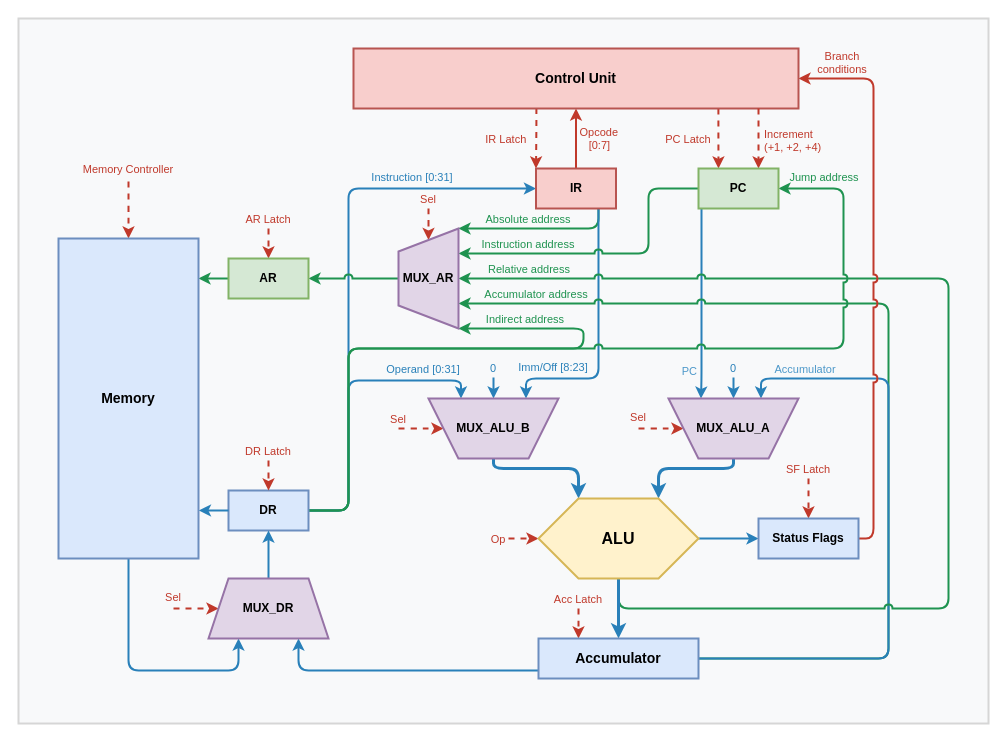
This is src/csa-lab3-scheme.drawio from s4dnex/csa-lab3-scheme, a draw.io file, before an edit. Source tidied: cells renumbered, new cells numbered last; positions are measured from the earlier drawing's top-left corner, leaving out a move shared by most shapes. Both pictures are drawn from the tidied source at 100%, with x=0, y=0 at pixel (18, 18).
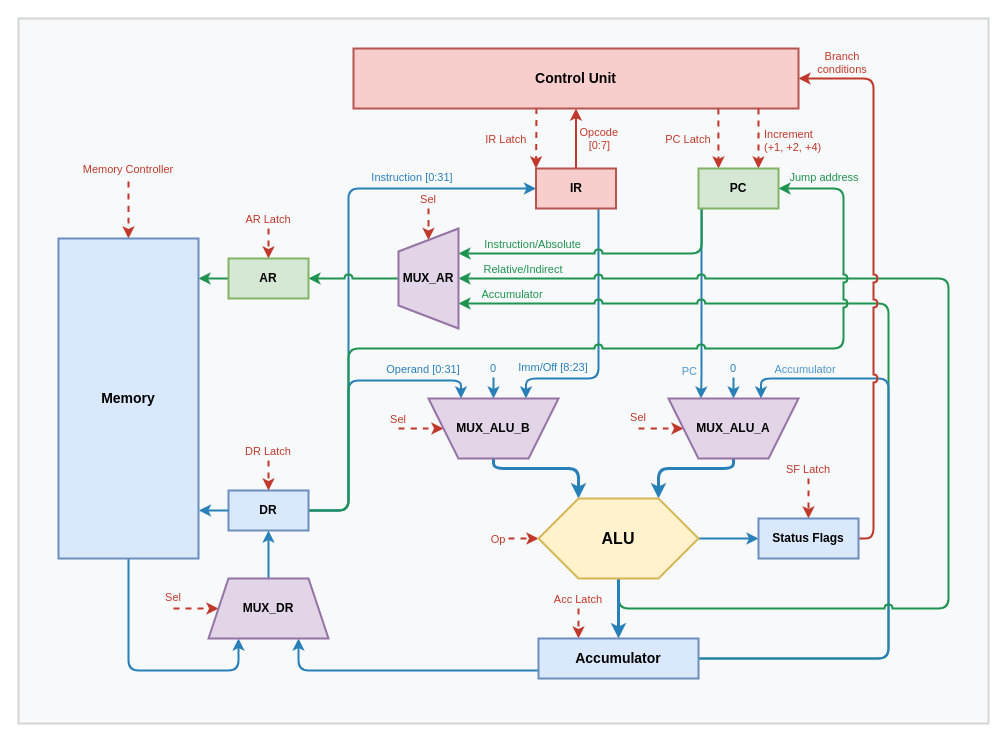
After the change.

Commit message (it also covers changes not shown here):
refactor: 🤔 simplify some paths

The change refers to these unchanged cells:
```xml
<mxCell id="36" value="ALU" style="whiteSpace=wrap;strokeWidth=2;fillColor=#fff2cc;strokeColor=#d6b656;fontColor=#000000;fontStyle=1;fontSize=16;shape=hexagon;" parent="1" vertex="1">
  <mxGeometry x="520" y="480" width="160" height="80" as="geometry" />
</mxCell>
<mxCell id="46" value="PC" style="whiteSpace=wrap;strokeWidth=2;fillColor=#d5e8d4;strokeColor=#82b366;fontColor=#000000;fontStyle=1;" parent="1" vertex="1">
  <mxGeometry x="680" y="150" width="80" height="40" as="geometry" />
</mxCell>
<mxCell id="48" value="MUX_AR" style="verticalLabelPosition=middle;verticalAlign=middle;html=1;shape=trapezoid;perimeter=trapezoidPerimeter;whiteSpace=wrap;size=0.23;arcSize=15;flipV=1;labelPosition=center;align=center;rounded=0;strokeColor=#9673a6;strokeWidth=2;fontFamily=Helvetica;fontSize=12;fontColor=default;fontStyle=1;fillColor=#e1d5e7;rotation=90;horizontal=0;" parent="1" vertex="1">
  <mxGeometry x="360" y="230" width="100" height="60" as="geometry" />
</mxCell>
<mxCell id="49" value="DR" style="whiteSpace=wrap;strokeWidth=2;fillColor=light-dark(#DAE8FC,#1D293B);strokeColor=#6C8EBF;fontColor=light-dark(#000000,#FFFFFF);fontStyle=1;align=center;verticalAlign=middle;fontFamily=Helvetica;fontSize=12;" parent="1" vertex="1">
  <mxGeometry x="210" y="472" width="80" height="40" as="geometry" />
</mxCell>
```

Diff of the diagram source:
```diff
@@
-    <mxCell id="7" value="Absolute address" style="edgeStyle=orthogonalEdgeStyle;rounded=1;strokeWidth=2;strokeColor=#1F9350;labelBackgroundColor=none;labelPosition=center;verticalLabelPosition=top;align=center;verticalAlign=bottom;fontColor=#1F9350;entryX=0;entryY=0;entryDx=0;entryDy=0;" parent="1" edge="1" target="48">
-      <mxGeometry x="0.12" relative="1" as="geometry">
-        <mxPoint x="580" y="190" as="sourcePoint" />
-        <Array as="points">
-          <mxPoint x="580" y="190" />
-          <mxPoint x="580" y="210" />
-        </Array>
-      </mxGeometry>
-    </mxCell>
@@
-    <mxCell id="13" value="Instruction address" style="edgeStyle=orthogonalEdgeStyle;rounded=1;strokeWidth=2;strokeColor=#1F9350;labelBackgroundColor=none;jumpStyle=arc;entryX=0.25;entryY=0;entryDx=0;entryDy=0;fontColor=light-dark(#1F9350,#1F9350);labelPosition=center;verticalLabelPosition=top;align=center;verticalAlign=bottom;" parent="1" edge="1" source="46" target="48">
-      <mxGeometry x="0.54" relative="1" as="geometry">
+    <mxCell id="13" value="Instruction/Absolute" style="edgeStyle=orthogonalEdgeStyle;rounded=1;strokeWidth=2;strokeColor=#1F9350;labelBackgroundColor=none;jumpStyle=arc;entryX=0.25;entryY=0;entryDx=0;entryDy=0;fontColor=light-dark(#1F9350,#1F9350);labelPosition=center;verticalLabelPosition=top;align=center;verticalAlign=bottom;exitX=0.04;exitY=0.99;exitDx=0;exitDy=0;exitPerimeter=0;" parent="1" edge="1" source="46" target="48">
+      <mxGeometry x="0.48" relative="1" as="geometry">
         <Array as="points">
-          <mxPoint x="630" y="170" />
-          <mxPoint x="630" y="235" />
+          <mxPoint x="683" y="235" />
         </Array>
       </mxGeometry>
     </mxCell>
-    <mxCell id="14" value="Accumulator address" style="edgeStyle=orthogonalEdgeStyle;rounded=1;strokeWidth=2;strokeColor=#1F9350;labelBackgroundColor=none;horizontal=1;labelPosition=center;verticalLabelPosition=top;align=center;verticalAlign=bottom;fontColor=#1F9350;jumpStyle=arc;entryX=0.75;entryY=0;entryDx=0;entryDy=0;" parent="1" edge="1" target="48">
-      <mxGeometry x="0.84" relative="1" as="geometry">
+    <mxCell id="14" value="Accumulator" style="edgeStyle=orthogonalEdgeStyle;rounded=1;strokeWidth=2;strokeColor=#1F9350;labelBackgroundColor=none;horizontal=1;labelPosition=center;verticalLabelPosition=top;align=center;verticalAlign=bottom;fontColor=#1F9350;jumpStyle=arc;entryX=0.75;entryY=0;entryDx=0;entryDy=0;" parent="1" edge="1" target="48">
+      <mxGeometry x="0.89" relative="1" as="geometry">
         <mxPoint x="680" y="640" as="sourcePoint" />
         <Array as="points">
           <mxPoint x="870" y="640" />
           <mxPoint x="870" y="285" />
         </Array>
       </mxGeometry>
     </mxCell>
-    <mxCell id="15" value="Indirect address" style="edgeStyle=orthogonalEdgeStyle;rounded=1;strokeWidth=2;strokeColor=light-dark(#1F9350,#1F9350);labelBackgroundColor=none;verticalAlign=bottom;horizontal=1;labelPosition=center;verticalLabelPosition=top;align=center;fontColor=light-dark(#1F9350,#1F9350);spacing=4;jumpStyle=arc;entryX=1;entryY=0;entryDx=0;entryDy=0;exitX=1;exitY=0.5;exitDx=0;exitDy=0;" parent="1" edge="1" source="49" target="48">
-      <mxGeometry x="0.77" y="2" relative="1" as="geometry">
-        <Array as="points">
-          <mxPoint x="330" y="492" />
-          <mxPoint x="330" y="330" />
-          <mxPoint x="565" y="330" />
-          <mxPoint x="565" y="310" />
-        </Array>
-      </mxGeometry>
-    </mxCell>
@@
-    <mxCell id="32" value="Relative address" style="edgeStyle=orthogonalEdgeStyle;rounded=1;strokeWidth=2;strokeColor=#1F9350;labelBackgroundColor=none;horizontal=1;entryX=0.5;entryY=0;entryDx=0;entryDy=0;exitX=0.5;exitY=1;exitDx=0;exitDy=0;fontColor=#1F9350;labelPosition=center;verticalLabelPosition=top;align=center;verticalAlign=bottom;jumpStyle=arc;" parent="1" edge="1" source="36" target="48">
-      <mxGeometry x="0.88" relative="1" as="geometry">
+    <mxCell id="32" value="Relative/Indirect" style="edgeStyle=orthogonalEdgeStyle;rounded=1;strokeWidth=2;strokeColor=#1F9350;labelBackgroundColor=none;horizontal=1;entryX=0.5;entryY=0;entryDx=0;entryDy=0;exitX=0.5;exitY=1;exitDx=0;exitDy=0;fontColor=#1F9350;labelPosition=center;verticalLabelPosition=top;align=center;verticalAlign=bottom;jumpStyle=arc;" parent="1" edge="1" source="36" target="48">
+      <mxGeometry x="0.89" relative="1" as="geometry">
         <Array as="points">
           <mxPoint x="600" y="590" />
           <mxPoint x="930" y="590" />
           <mxPoint x="930" y="260" />
         </Array>
       </mxGeometry>
     </mxCell>
```
